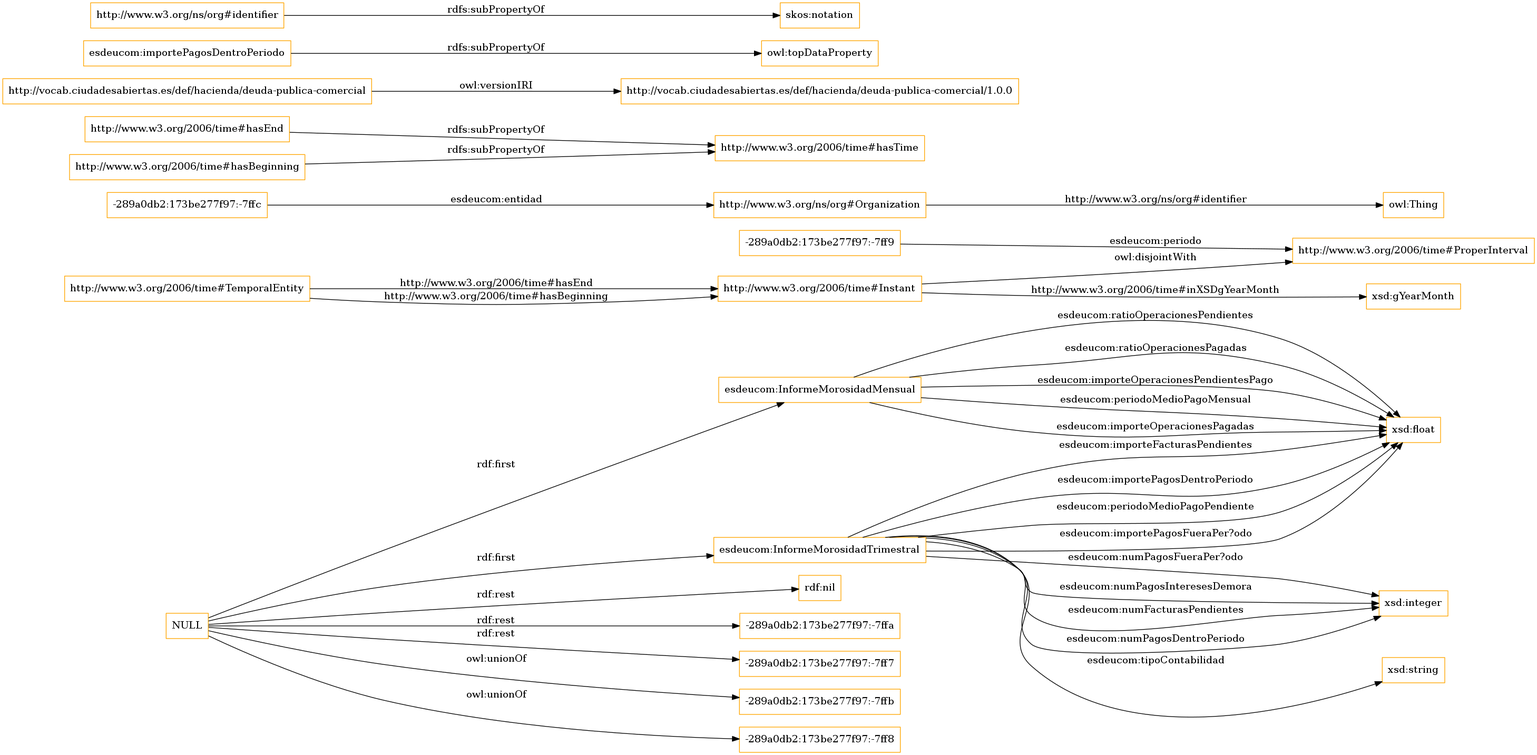
This is OnToology/ontology/deudaPublicaComercial.owl/diagrams/ar2dtool-class/deudaPublicaComercial.owl.png from leticiarubalcabadg/vocab-economia-deuda-comercial, a Graphviz export, as it was before one commit. Its source is kept beside it as OnToology/ontology/deudaPublicaComercial.owl/diagrams/ar2dtool-class/deudaPublicaComercial.owl.png.dot.
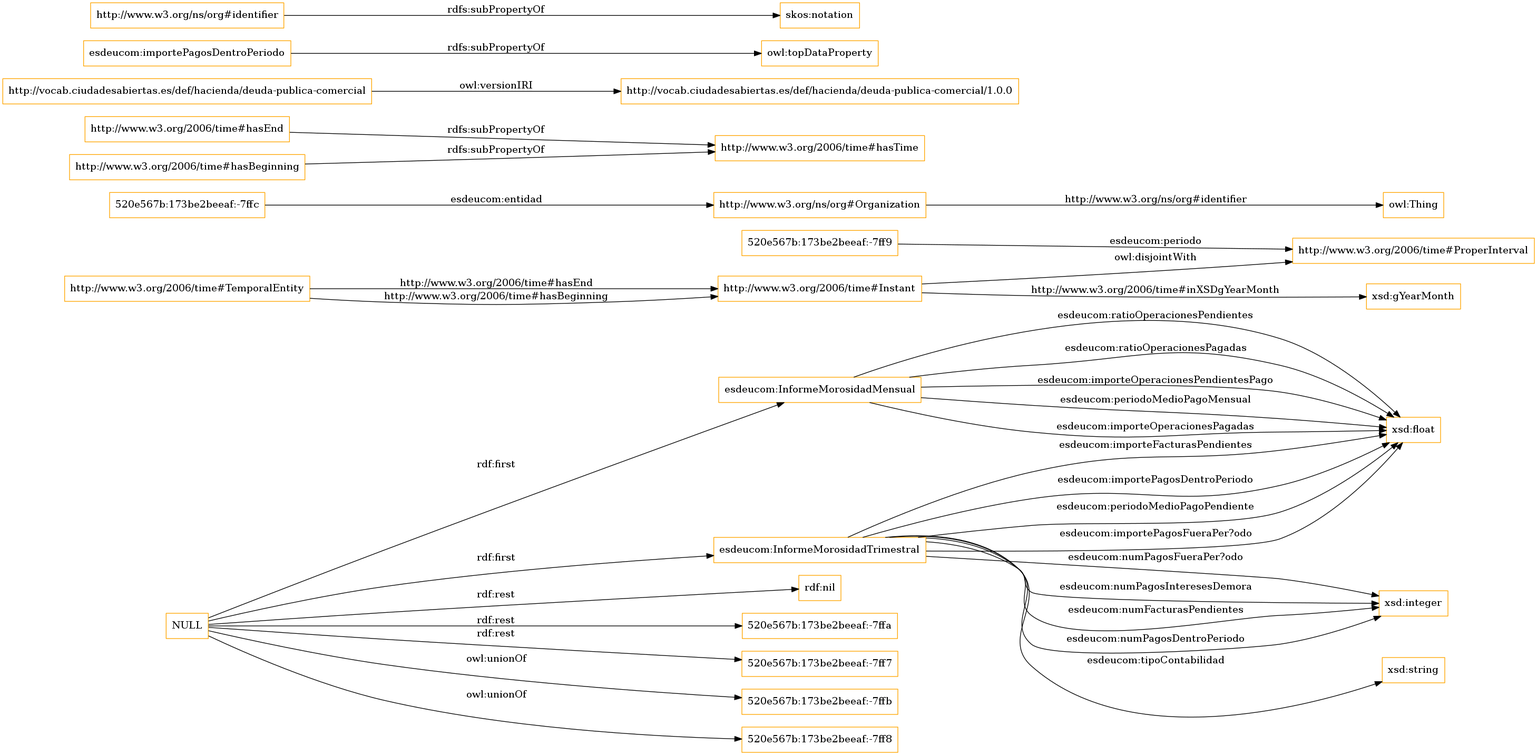
The same diagram one commit later.

What changed in the source:
```diff
@@ -1,7 +1,7 @@
 digraph ar2dtool_diagram {
 rankdir=LR;
 size="1501"
-node [shape = rectangle, color="orange"]; "esdeucom:InformeMorosidadMensual" "esdeucom:InformeMorosidadTrimestral" "http://www.w3.org/2006/time#ProperInterval" "-289a0db2:173be277f97:-7ffc" "http://www.w3.org/2006/time#TemporalEntity" "-289a0db2:173be277f97:-7ff9" "http://www.w3.org/ns/org#Organization" "http://www.w3.org/2006/time#Instant" ; /*classes style*/
+node [shape = rectangle, color="orange"]; "esdeucom:InformeMorosidadMensual" "esdeucom:InformeMorosidadTrimestral" "520e567b:173be2beeaf:-7ff9" "http://www.w3.org/2006/time#ProperInterval" "520e567b:173be2beeaf:-7ffc" "http://www.w3.org/2006/time#TemporalEntity" "http://www.w3.org/ns/org#Organization" "http://www.w3.org/2006/time#Instant" ; /*classes style*/
 	"http://www.w3.org/2006/time#hasEnd" -> "http://www.w3.org/2006/time#hasTime" [ label = "rdfs:subPropertyOf" ];
 	"http://vocab.ciudadesabiertas.es/def/hacienda/deuda-publica-comercial" -> "http://vocab.ciudadesabiertas.es/def/hacienda/deuda-publica-comercial/1.0.0" [ label = "owl:versionIRI" ];
 	"http://www.w3.org/2006/time#Instant" -> "http://www.w3.org/2006/time#ProperInterval" [ label = "owl:disjointWith" ];
@@ -10,11 +10,11 @@
 	"http://www.w3.org/ns/org#identifier" -> "skos:notation" [ label = "rdfs:subPropertyOf" ];
 	"NULL" -> "rdf:nil" [ label = "rdf:rest" ];
 	"NULL" -> "esdeucom:InformeMorosidadTrimestral" [ label = "rdf:first" ];
-	"NULL" -> "-289a0db2:173be277f97:-7ffa" [ label = "rdf:rest" ];
-	"NULL" -> "-289a0db2:173be277f97:-7ff7" [ label = "rdf:rest" ];
+	"NULL" -> "520e567b:173be2beeaf:-7ffa" [ label = "rdf:rest" ];
+	"NULL" -> "520e567b:173be2beeaf:-7ff7" [ label = "rdf:rest" ];
 	"NULL" -> "esdeucom:InformeMorosidadMensual" [ label = "rdf:first" ];
-	"NULL" -> "-289a0db2:173be277f97:-7ffb" [ label = "owl:unionOf" ];
-	"NULL" -> "-289a0db2:173be277f97:-7ff8" [ label = "owl:unionOf" ];
+	"NULL" -> "520e567b:173be2beeaf:-7ffb" [ label = "owl:unionOf" ];
+	"NULL" -> "520e567b:173be2beeaf:-7ff8" [ label = "owl:unionOf" ];
 	"esdeucom:InformeMorosidadMensual" -> "xsd:float" [ label = "esdeucom:ratioOperacionesPendientes" ];
 	"esdeucom:InformeMorosidadTrimestral" -> "xsd:integer" [ label = "esdeucom:numPagosFueraPer?odo" ];
 	"http://www.w3.org/2006/time#TemporalEntity" -> "http://www.w3.org/2006/time#Instant" [ label = "http://www.w3.org/2006/time#hasEnd" ];
@@ -26,9 +26,9 @@
 	"esdeucom:InformeMorosidadTrimestral" -> "xsd:float" [ label = "esdeucom:importePagosDentroPeriodo" ];
 	"http://www.w3.org/2006/time#TemporalEntity" -> "http://www.w3.org/2006/time#Instant" [ label = "http://www.w3.org/2006/time#hasBeginning" ];
 	"esdeucom:InformeMorosidadTrimestral" -> "xsd:float" [ label = "esdeucom:periodoMedioPagoPendiente" ];
-	"-289a0db2:173be277f97:-7ffc" -> "http://www.w3.org/ns/org#Organization" [ label = "esdeucom:entidad" ];
+	"520e567b:173be2beeaf:-7ffc" -> "http://www.w3.org/ns/org#Organization" [ label = "esdeucom:entidad" ];
 	"esdeucom:InformeMorosidadMensual" -> "xsd:float" [ label = "esdeucom:importeOperacionesPendientesPago" ];
-	"-289a0db2:173be277f97:-7ff9" -> "http://www.w3.org/2006/time#ProperInterval" [ label = "esdeucom:periodo" ];
+	"520e567b:173be2beeaf:-7ff9" -> "http://www.w3.org/2006/time#ProperInterval" [ label = "esdeucom:periodo" ];
 	"http://www.w3.org/ns/org#Organization" -> "owl:Thing" [ label = "http://www.w3.org/ns/org#identifier" ];
 	"esdeucom:InformeMorosidadTrimestral" -> "xsd:float" [ label = "esdeucom:importePagosFueraPer?odo" ];
 	"esdeucom:InformeMorosidadMensual" -> "xsd:float" [ label = "esdeucom:periodoMedioPagoMensual" ];
```
